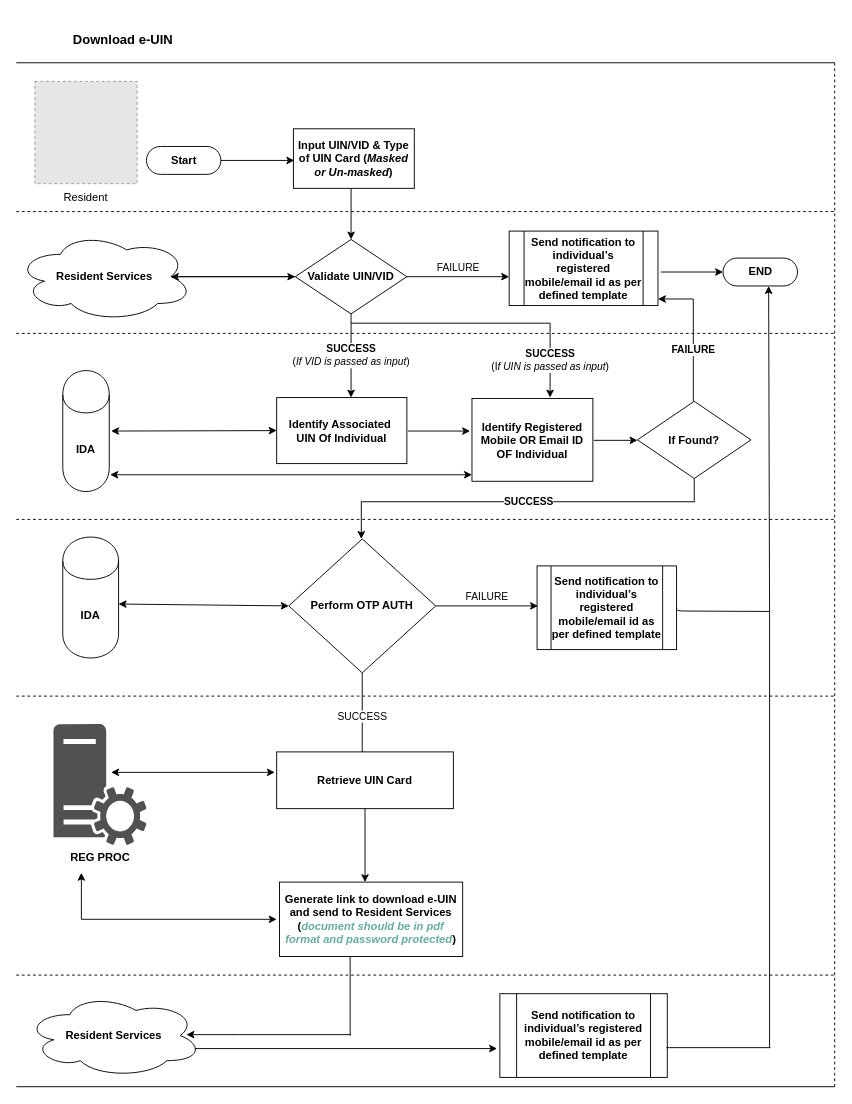
Earlier version of the draw.io diagram page "MOS-23862" (3 of 12) of _files/requirements/final_process_flows/Resident Service.drawio (ssenmosip/mosip-temp-documentation). Source tidied: cells renumbered, new cells numbered last; positions are measured from the earlier drawing's top-left corner, leaving out a move shared by most shapes. Both pictures are drawn from the tidied source at 93%, with x=0, y=0 at pixel (16, 16). Pictures stored in the file or linked from it are replaced by grey dashed boxes.
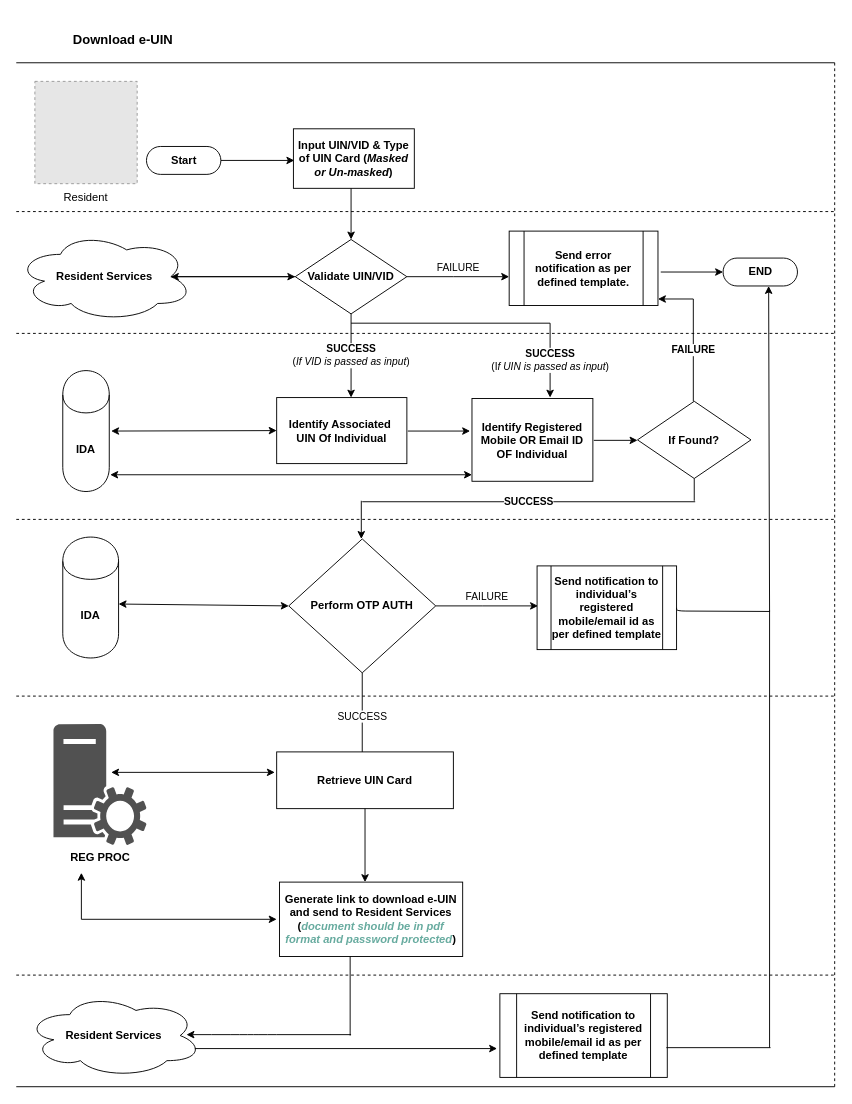
After the change.

What changed in the source:
```diff
@@
-    <mxCell id="15" value="&lt;b&gt;Send notification to individual’s registered mobile/email id as per defined template&lt;/b&gt;" style="shape=process;whiteSpace=wrap;html=1;backgroundOutline=1;" parent="1" vertex="1">
+    <mxCell id="15" value="&lt;b style=&quot;white-space: normal&quot;&gt;Send error notification as per defined template.&lt;/b&gt;" style="shape=process;whiteSpace=wrap;html=1;backgroundOutline=1;" parent="1" vertex="1">
       <mxGeometry x="530" y="231" width="160" height="80" as="geometry" />
     </mxCell>
```
